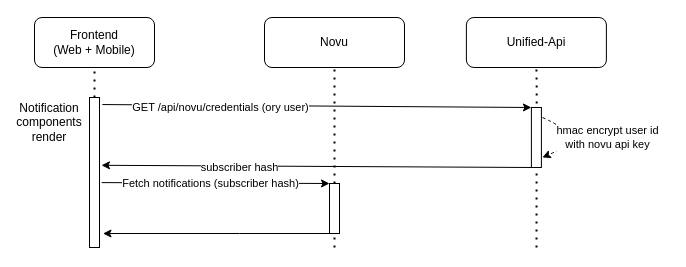
The draw.io diagram docs/img/novu-secure-fetching.drawio in holi-social/app.gitlab-pages.holi.team, before the edit. Source tidied: cells renumbered, new cells numbered last; positions are measured from the earlier drawing's top-left corner, leaving out a move shared by most shapes. Both pictures are drawn from the tidied source at 100%, with x=0, y=0 at pixel (19, 17).
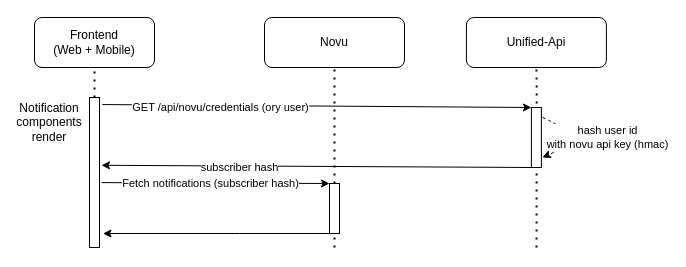
The same page after the edit.

Commit message (it also covers changes not shown here):
noissue-improve-novu-explanation

The change refers to these unchanged cells:
```xml
<mxCell id="7" style="endArrow=classic;html=1;entryX=1.097;entryY=0.833;entryDx=0;entryDy=0;entryPerimeter=0;curved=1;dashed=1;" parent="1" edge="1" target="20">
  <mxGeometry relative="1" as="geometry">
    <mxPoint x="523" y="100" as="sourcePoint" />
    <Array as="points">
      <mxPoint x="569.2" y="120" />
    </Array>
  </mxGeometry>
</mxCell>
```

What changed in the source:
```diff
@@
-    <mxCell id="8" value="hmac encrypt user id &lt;br&gt;with novu api key" style="edgeLabel;html=1;align=center;verticalAlign=middle;" parent="7" vertex="1">
+    <mxCell id="8" value="hash user id &lt;br&gt;with novu api key (hmac)" style="edgeLabel;html=1;align=center;verticalAlign=middle;" parent="7" vertex="1">
       <mxGeometry relative="1" as="geometry">
         <mxPoint x="18" as="offset" />
       </mxGeometry>
     </mxCell>
```
